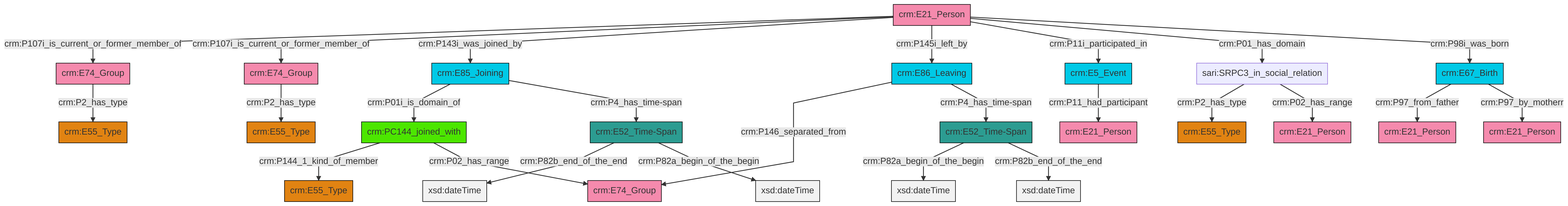
Before: et/personCSV/ttl/mmd/png/Person_Actor_Relations.png, a diagram exported from Mermaid (swiss-art-research-net/docs.swissartresearch). Its source is kept beside it as et/personCSV/ttl/mmd/Person_Actor_Relations.ttl.mmd. Source of this version:
```mermaid
graph TD
classDef Literal fill:#f2f2f2,stroke:#000000;
classDef CRM_Entity fill:#FFFFFF,stroke:#000000;
classDef Temporal_Entity fill:#00C9E6, stroke:#000000;
classDef Type fill:#E18312, stroke:#000000;
classDef Time-Span fill:#2C9C91, stroke:#000000;
classDef Appellation fill:#FFEB7F, stroke:#000000;
classDef Place fill:#008836, stroke:#000000;
classDef Persistent_Item fill:#B266B2, stroke:#000000;
classDef Conceptual_Object fill:#FFD700, stroke:#000000;
classDef Physical_Thing fill:#D2B48C, stroke:#000000;
classDef Actor fill:#f58aad, stroke:#000000;
classDef PC_Classes fill:#4ce600, stroke:#000000;
classDef Multi fill:#cccccc,stroke:#000000;

0["crm:E21_Person"]:::Actor -->|crm:P107i_is_current_or_former_member_of| 1["crm:E74_Group"]:::Actor
4["crm:E85_Joining"]:::Temporal_Entity -->|crm:P01i_is_domain_of| 5["crm:PC144_joined_with"]:::PC_Classes
6["crm:E5_Event"]:::Temporal_Entity -->|crm:P11_had_participant| 2["crm:E21_Person"]:::Actor
4["crm:E85_Joining"]:::Temporal_Entity -->|crm:P4_has_time-span| 9["crm:E52_Time-Span"]:::Time-Span
9["crm:E52_Time-Span"]:::Time-Span -->|crm:P82b_end_of_the_end| 11[xsd:dateTime]:::Literal
14["crm:E52_Time-Span"]:::Time-Span -->|crm:P82a_begin_of_the_begin| 16[xsd:dateTime]:::Literal
0["crm:E21_Person"]:::Actor -->|crm:P107i_is_current_or_former_member_of| 27["crm:E74_Group"]:::Actor
12["crm:E86_Leaving"]:::Temporal_Entity -->|crm:P146_separated_from| 29["crm:E74_Group"]:::Actor
5["crm:PC144_joined_with"]:::PC_Classes -->|crm:P144_1_kind_of_member| 19["crm:E55_Type"]:::Type
31["sari:SRPC3_in_social_relation"]:::Default -->|crm:P2_has_type| 23["crm:E55_Type"]:::Type
0["crm:E21_Person"]:::Actor -->|crm:P143i_was_joined_by| 4["crm:E85_Joining"]:::Temporal_Entity
35["crm:E67_Birth"]:::Temporal_Entity -->|crm:P97_from_father| 21["crm:E21_Person"]:::Actor
5["crm:PC144_joined_with"]:::PC_Classes -->|crm:P02_has_range| 29["crm:E74_Group"]:::Actor
0["crm:E21_Person"]:::Actor -->|crm:P145i_left_by| 12["crm:E86_Leaving"]:::Temporal_Entity
0["crm:E21_Person"]:::Actor -->|crm:P11i_participated_in| 6["crm:E5_Event"]:::Temporal_Entity
12["crm:E86_Leaving"]:::Temporal_Entity -->|crm:P4_has_time-span| 14["crm:E52_Time-Span"]:::Time-Span
0["crm:E21_Person"]:::Actor -->|crm:P01_has_domain| 31["sari:SRPC3_in_social_relation"]:::Default
31["sari:SRPC3_in_social_relation"]:::Default -->|crm:P02_has_range| 7["crm:E21_Person"]:::Actor
0["crm:E21_Person"]:::Actor -->|crm:P98i_was_born| 35["crm:E67_Birth"]:::Temporal_Entity
9["crm:E52_Time-Span"]:::Time-Span -->|crm:P82a_begin_of_the_begin| 41[xsd:dateTime]:::Literal
14["crm:E52_Time-Span"]:::Time-Span -->|crm:P82b_end_of_the_end| 42[xsd:dateTime]:::Literal
35["crm:E67_Birth"]:::Temporal_Entity -->|crm:P97_by_motherr| 43["crm:E21_Person"]:::Actor
1["crm:E74_Group"]:::Actor -->|crm:P2_has_type| 25["crm:E55_Type"]:::Type
27["crm:E74_Group"]:::Actor -->|crm:P2_has_type| 17["crm:E55_Type"]:::Type
```
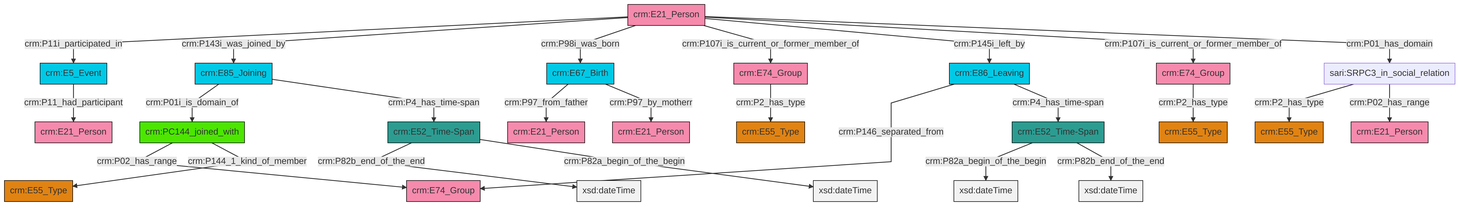
After the commit.

Diff of the diagram source:
```diff
@@ -13,27 +13,27 @@
 classDef PC_Classes fill:#4ce600, stroke:#000000;
 classDef Multi fill:#cccccc,stroke:#000000;
 
-0["crm:E21_Person"]:::Actor -->|crm:P107i_is_current_or_former_member_of| 1["crm:E74_Group"]:::Actor
-4["crm:E85_Joining"]:::Temporal_Entity -->|crm:P01i_is_domain_of| 5["crm:PC144_joined_with"]:::PC_Classes
-6["crm:E5_Event"]:::Temporal_Entity -->|crm:P11_had_participant| 2["crm:E21_Person"]:::Actor
-4["crm:E85_Joining"]:::Temporal_Entity -->|crm:P4_has_time-span| 9["crm:E52_Time-Span"]:::Time-Span
-9["crm:E52_Time-Span"]:::Time-Span -->|crm:P82b_end_of_the_end| 11[xsd:dateTime]:::Literal
-14["crm:E52_Time-Span"]:::Time-Span -->|crm:P82a_begin_of_the_begin| 16[xsd:dateTime]:::Literal
-0["crm:E21_Person"]:::Actor -->|crm:P107i_is_current_or_former_member_of| 27["crm:E74_Group"]:::Actor
-12["crm:E86_Leaving"]:::Temporal_Entity -->|crm:P146_separated_from| 29["crm:E74_Group"]:::Actor
-5["crm:PC144_joined_with"]:::PC_Classes -->|crm:P144_1_kind_of_member| 19["crm:E55_Type"]:::Type
-31["sari:SRPC3_in_social_relation"]:::Default -->|crm:P2_has_type| 23["crm:E55_Type"]:::Type
-0["crm:E21_Person"]:::Actor -->|crm:P143i_was_joined_by| 4["crm:E85_Joining"]:::Temporal_Entity
-35["crm:E67_Birth"]:::Temporal_Entity -->|crm:P97_from_father| 21["crm:E21_Person"]:::Actor
-5["crm:PC144_joined_with"]:::PC_Classes -->|crm:P02_has_range| 29["crm:E74_Group"]:::Actor
-0["crm:E21_Person"]:::Actor -->|crm:P145i_left_by| 12["crm:E86_Leaving"]:::Temporal_Entity
-0["crm:E21_Person"]:::Actor -->|crm:P11i_participated_in| 6["crm:E5_Event"]:::Temporal_Entity
-12["crm:E86_Leaving"]:::Temporal_Entity -->|crm:P4_has_time-span| 14["crm:E52_Time-Span"]:::Time-Span
-0["crm:E21_Person"]:::Actor -->|crm:P01_has_domain| 31["sari:SRPC3_in_social_relation"]:::Default
-31["sari:SRPC3_in_social_relation"]:::Default -->|crm:P02_has_range| 7["crm:E21_Person"]:::Actor
-0["crm:E21_Person"]:::Actor -->|crm:P98i_was_born| 35["crm:E67_Birth"]:::Temporal_Entity
-9["crm:E52_Time-Span"]:::Time-Span -->|crm:P82a_begin_of_the_begin| 41[xsd:dateTime]:::Literal
-14["crm:E52_Time-Span"]:::Time-Span -->|crm:P82b_end_of_the_end| 42[xsd:dateTime]:::Literal
-35["crm:E67_Birth"]:::Temporal_Entity -->|crm:P97_by_motherr| 43["crm:E21_Person"]:::Actor
-1["crm:E74_Group"]:::Actor -->|crm:P2_has_type| 25["crm:E55_Type"]:::Type
-27["crm:E74_Group"]:::Actor -->|crm:P2_has_type| 17["crm:E55_Type"]:::Type
+0["crm:E21_Person"]:::Actor -->|crm:P11i_participated_in| 1["crm:E5_Event"]:::Temporal_Entity
+4["crm:E52_Time-Span"]:::Time-Span -->|crm:P82a_begin_of_the_begin| 5[xsd:dateTime]:::Literal
+6["crm:PC144_joined_with"]:::PC_Classes -->|crm:P02_has_range| 7["crm:E74_Group"]:::Actor
+8["crm:E86_Leaving"]:::Temporal_Entity -->|crm:P146_separated_from| 7["crm:E74_Group"]:::Actor
+0["crm:E21_Person"]:::Actor -->|crm:P143i_was_joined_by| 20["crm:E85_Joining"]:::Temporal_Entity
+25["sari:SRPC3_in_social_relation"]:::Default -->|crm:P2_has_type| 26["crm:E55_Type"]:::Type
+4["crm:E52_Time-Span"]:::Time-Span -->|crm:P82b_end_of_the_end| 30[xsd:dateTime]:::Literal
+0["crm:E21_Person"]:::Actor -->|crm:P98i_was_born| 16["crm:E67_Birth"]:::Temporal_Entity
+0["crm:E21_Person"]:::Actor -->|crm:P107i_is_current_or_former_member_of| 34["crm:E74_Group"]:::Actor
+0["crm:E21_Person"]:::Actor -->|crm:P145i_left_by| 8["crm:E86_Leaving"]:::Temporal_Entity
+16["crm:E67_Birth"]:::Temporal_Entity -->|crm:P97_from_father| 9["crm:E21_Person"]:::Actor
+16["crm:E67_Birth"]:::Temporal_Entity -->|crm:P97_by_motherr| 35["crm:E21_Person"]:::Actor
+8["crm:E86_Leaving"]:::Temporal_Entity -->|crm:P4_has_time-span| 4["crm:E52_Time-Span"]:::Time-Span
+25["sari:SRPC3_in_social_relation"]:::Default -->|crm:P02_has_range| 18["crm:E21_Person"]:::Actor
+6["crm:PC144_joined_with"]:::PC_Classes -->|crm:P144_1_kind_of_member| 12["crm:E55_Type"]:::Type
+23["crm:E52_Time-Span"]:::Time-Span -->|crm:P82b_end_of_the_end| 39[xsd:dateTime]:::Literal
+0["crm:E21_Person"]:::Actor -->|crm:P107i_is_current_or_former_member_of| 21["crm:E74_Group"]:::Actor
+20["crm:E85_Joining"]:::Temporal_Entity -->|crm:P01i_is_domain_of| 6["crm:PC144_joined_with"]:::PC_Classes
+34["crm:E74_Group"]:::Actor -->|crm:P2_has_type| 27["crm:E55_Type"]:::Type
+0["crm:E21_Person"]:::Actor -->|crm:P01_has_domain| 25["sari:SRPC3_in_social_relation"]:::Default
+20["crm:E85_Joining"]:::Temporal_Entity -->|crm:P4_has_time-span| 23["crm:E52_Time-Span"]:::Time-Span
+1["crm:E5_Event"]:::Temporal_Entity -->|crm:P11_had_participant| 14["crm:E21_Person"]:::Actor
+21["crm:E74_Group"]:::Actor -->|crm:P2_has_type| 2["crm:E55_Type"]:::Type
+23["crm:E52_Time-Span"]:::Time-Span -->|crm:P82a_begin_of_the_begin| 46[xsd:dateTime]:::Literal
```
